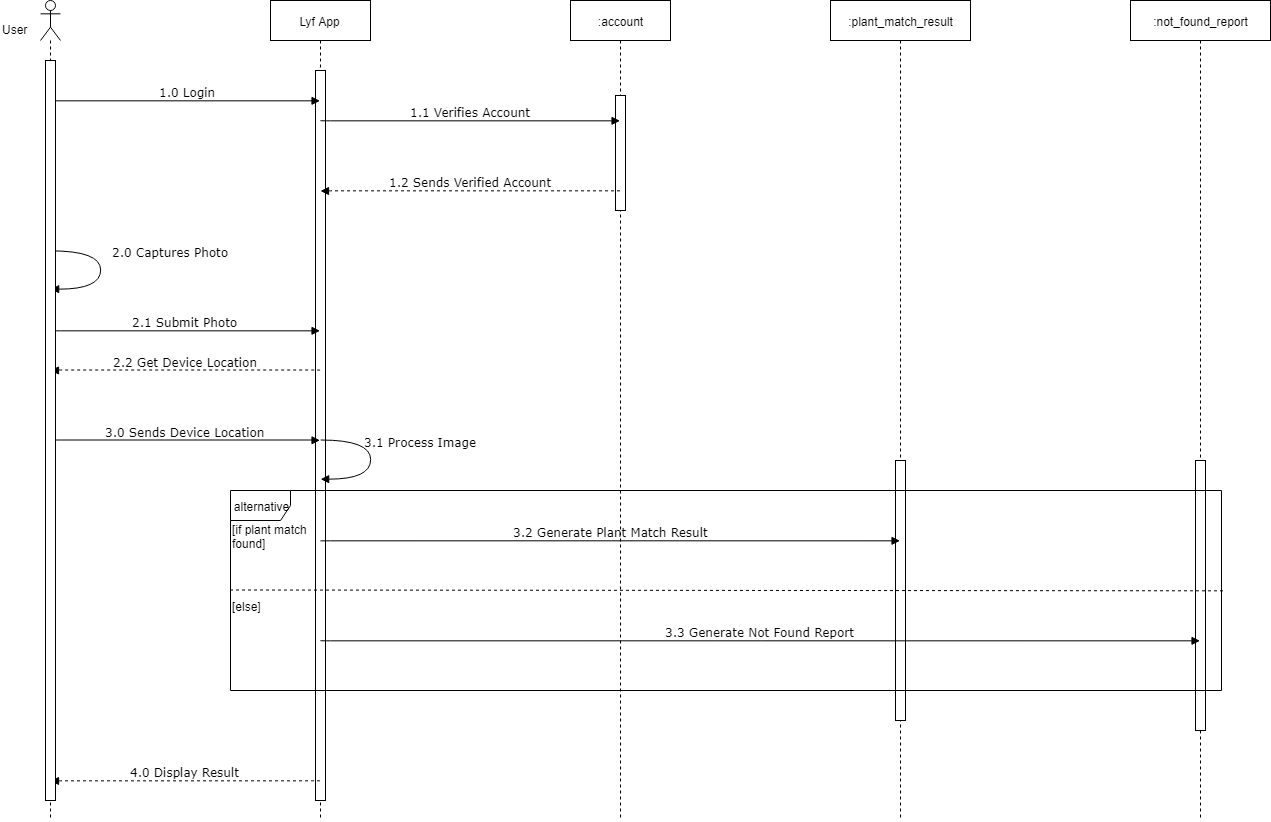
The draw.io diagram Documentations/Diagrams (Midterms)/7-Sequence Diagram/Process Image/Sequence Diagram - Process Image.png in seans888/project--lyf, before a commit. Source tidied: cells renumbered, new cells last; positions are measured from the earlier drawing's top-left corner, leaving out a move shared by most shapes. Source of this version:
```xml
<mxGraphModel>
  <root>
    <mxCell id="0" />
    <mxCell id="1" parent="0" />
    <mxCell id="2" value="Lyf App" style="shape=umlLifeline;perimeter=lifelinePerimeter;whiteSpace=wrap;html=1;outlineConnect=0;" parent="1" vertex="1">
      <mxGeometry x="270" width="100" height="820" as="geometry" />
    </mxCell>
    <mxCell id="3" style="html=1;perimeter=orthogonalPerimeter;" parent="2" vertex="1">
      <mxGeometry x="45" y="70" width="10" height="730" as="geometry" />
    </mxCell>
    <mxCell id="4" style="shape=umlLifeline;participant=umlActor;perimeter=lifelinePerimeter;whiteSpace=wrap;html=1;verticalAlign=top;spacingTop=36;labelBackgroundColor=#ffffff;outlineConnect=0;" parent="1" vertex="1">
      <mxGeometry x="40" width="20" height="820" as="geometry" />
    </mxCell>
    <mxCell id="5" value="User" style="text;html=1;align=left;verticalAlign=top;spacingTop=-4;" parent="1" vertex="1">
      <mxGeometry y="20" width="40" height="10" as="geometry" />
    </mxCell>
    <mxCell id="6" value=":plant_match_result" style="shape=umlLifeline;perimeter=lifelinePerimeter;whiteSpace=wrap;html=1;outlineConnect=0;" parent="1" vertex="1">
      <mxGeometry x="830" width="140" height="820" as="geometry" />
    </mxCell>
    <mxCell id="7" style="html=1;perimeter=orthogonalPerimeter;" parent="6" vertex="1">
      <mxGeometry x="65" y="460" width="10" height="260" as="geometry" />
    </mxCell>
    <mxCell id="8" value=":not_found_report" style="shape=umlLifeline;perimeter=lifelinePerimeter;whiteSpace=wrap;html=1;outlineConnect=0;" parent="1" vertex="1">
      <mxGeometry x="1130" width="140" height="820" as="geometry" />
    </mxCell>
    <mxCell id="9" style="html=1;perimeter=orthogonalPerimeter;" parent="8" vertex="1">
      <mxGeometry x="65" y="460" width="10" height="270" as="geometry" />
    </mxCell>
    <mxCell id="10" value="2.0 Captures Photo" style="html=1;verticalAlign=bottom;endArrow=block;labelBackgroundColor=none;fontFamily=Verdana;fontSize=12;elbow=vertical;edgeStyle=orthogonalEdgeStyle;curved=1;" parent="1" edge="1" source="4">
      <mxGeometry x="-0.27" y="-70" relative="1" as="geometry">
        <mxPoint x="50" y="289" as="targetPoint" />
        <Array as="points">
          <mxPoint x="100" y="250" />
          <mxPoint x="100" y="289" />
        </Array>
        <mxPoint x="140" y="9" as="offset" />
      </mxGeometry>
    </mxCell>
    <mxCell id="11" value="2.1 Submit Photo" style="html=1;verticalAlign=bottom;endArrow=block;labelBackgroundColor=none;fontFamily=Verdana;fontSize=12;edgeStyle=elbowEdgeStyle;elbow=vertical;" parent="1" edge="1" target="2">
      <mxGeometry relative="1" as="geometry">
        <mxPoint x="50" y="330" as="sourcePoint" />
      </mxGeometry>
    </mxCell>
    <mxCell id="12" value="2.2 Get Device Location&lt;br&gt;" style="html=1;verticalAlign=bottom;endArrow=block;labelBackgroundColor=none;fontFamily=Verdana;fontSize=12;edgeStyle=elbowEdgeStyle;elbow=vertical;dashed=1;" parent="1" edge="1">
      <mxGeometry relative="1" as="geometry">
        <mxPoint x="319.5" y="369.8" as="sourcePoint" />
        <mxPoint x="50" y="370" as="targetPoint" />
      </mxGeometry>
    </mxCell>
    <mxCell id="13" value="3.0 Sends Device Location" style="html=1;verticalAlign=bottom;endArrow=block;labelBackgroundColor=none;fontFamily=Verdana;fontSize=12;edgeStyle=elbowEdgeStyle;elbow=vertical;" parent="1" edge="1">
      <mxGeometry relative="1" as="geometry">
        <mxPoint x="50" y="440" as="sourcePoint" />
        <mxPoint x="319.5" y="439.8" as="targetPoint" />
      </mxGeometry>
    </mxCell>
    <mxCell id="14" value="3.1 Process Image" style="html=1;verticalAlign=bottom;endArrow=block;labelBackgroundColor=none;fontFamily=Verdana;fontSize=12;elbow=vertical;edgeStyle=orthogonalEdgeStyle;curved=1;" parent="1" edge="1">
      <mxGeometry x="-0.28" y="-51" relative="1" as="geometry">
        <mxPoint x="320" y="439.8" as="sourcePoint" />
        <mxPoint x="320.2" y="478.9" as="targetPoint" />
        <Array as="points">
          <mxPoint x="370" y="440" />
          <mxPoint x="370" y="479" />
        </Array>
        <mxPoint x="101" y="10" as="offset" />
      </mxGeometry>
    </mxCell>
    <mxCell id="15" value="alternative" style="shape=umlFrame;whiteSpace=wrap;html=1;" parent="1" vertex="1">
      <mxGeometry x="230" y="490" width="991" height="200" as="geometry" />
    </mxCell>
    <mxCell id="16" value="[if plant match&lt;br&gt;found]&lt;br&gt;" style="text;html=1;align=left;verticalAlign=top;spacingTop=-4;" parent="1" vertex="1">
      <mxGeometry x="229.5" y="520" width="90" height="30" as="geometry" />
    </mxCell>
    <mxCell id="17" value="[else]" style="text;html=1;align=left;verticalAlign=top;spacingTop=-4;" parent="1" vertex="1">
      <mxGeometry x="230" y="597" width="40" height="10" as="geometry" />
    </mxCell>
    <mxCell id="18" style="endArrow=none;dashed=1;html=1;entryX=1.004;entryY=0.503;entryDx=0;entryDy=0;entryPerimeter=0;" parent="1" edge="1" target="15">
      <mxGeometry relative="1" as="geometry">
        <mxPoint x="229.5" y="589.5" as="sourcePoint" />
      </mxGeometry>
    </mxCell>
    <mxCell id="19" value="3.2 Generate Plant Match Result" style="html=1;verticalAlign=bottom;endArrow=block;labelBackgroundColor=none;fontFamily=Verdana;fontSize=12;edgeStyle=elbowEdgeStyle;elbow=vertical;" parent="1" edge="1" target="6">
      <mxGeometry relative="1" as="geometry">
        <mxPoint x="320" y="540.5" as="sourcePoint" />
      </mxGeometry>
    </mxCell>
    <mxCell id="20" value="3.3 Generate Not Found Report" style="html=1;verticalAlign=bottom;endArrow=block;labelBackgroundColor=none;fontFamily=Verdana;fontSize=12;edgeStyle=elbowEdgeStyle;elbow=vertical;" parent="1" edge="1" target="8">
      <mxGeometry relative="1" as="geometry">
        <mxPoint x="320" y="640" as="sourcePoint" />
      </mxGeometry>
    </mxCell>
    <mxCell id="21" value="4.0 Display Result&lt;br&gt;" style="html=1;verticalAlign=bottom;endArrow=block;labelBackgroundColor=none;fontFamily=Verdana;fontSize=12;edgeStyle=elbowEdgeStyle;elbow=vertical;dashed=1;" parent="1" edge="1">
      <mxGeometry relative="1" as="geometry">
        <mxPoint x="319.5" y="780.3" as="sourcePoint" />
        <mxPoint x="50" y="780.5" as="targetPoint" />
      </mxGeometry>
    </mxCell>
    <mxCell id="22" value=":account" style="shape=umlLifeline;perimeter=lifelinePerimeter;whiteSpace=wrap;html=1;outlineConnect=0;" parent="1" vertex="1">
      <mxGeometry x="570" width="100" height="820" as="geometry" />
    </mxCell>
    <mxCell id="23" style="html=1;perimeter=orthogonalPerimeter;" parent="22" vertex="1">
      <mxGeometry x="45" y="95" width="10" height="115" as="geometry" />
    </mxCell>
    <mxCell id="24" value="1.0 Login" style="html=1;verticalAlign=bottom;endArrow=block;labelBackgroundColor=none;fontFamily=Verdana;fontSize=12;edgeStyle=elbowEdgeStyle;elbow=vertical;" parent="1" edge="1" source="27">
      <mxGeometry relative="1" as="geometry">
        <mxPoint x="319.5" y="100.3" as="targetPoint" />
      </mxGeometry>
    </mxCell>
    <mxCell id="25" value="1.1 Verifies Account" style="html=1;verticalAlign=bottom;endArrow=block;labelBackgroundColor=none;fontFamily=Verdana;fontSize=12;edgeStyle=elbowEdgeStyle;elbow=vertical;" parent="1" edge="1" target="22">
      <mxGeometry relative="1" as="geometry">
        <mxPoint x="320" y="120" as="sourcePoint" />
      </mxGeometry>
    </mxCell>
    <mxCell id="26" value="1.2 Sends Verified Account&lt;br&gt;" style="html=1;verticalAlign=bottom;endArrow=block;labelBackgroundColor=none;fontFamily=Verdana;fontSize=12;edgeStyle=elbowEdgeStyle;elbow=vertical;dashed=1;" parent="1" edge="1" source="22">
      <mxGeometry relative="1" as="geometry">
        <mxPoint x="320" y="190.5" as="targetPoint" />
      </mxGeometry>
    </mxCell>
    <mxCell id="27" style="html=1;points=[];perimeter=orthogonalPerimeter;" parent="1" vertex="1">
      <mxGeometry x="45" y="60" width="10" height="740" as="geometry" />
    </mxCell>
  </root>
</mxGraphModel>
```
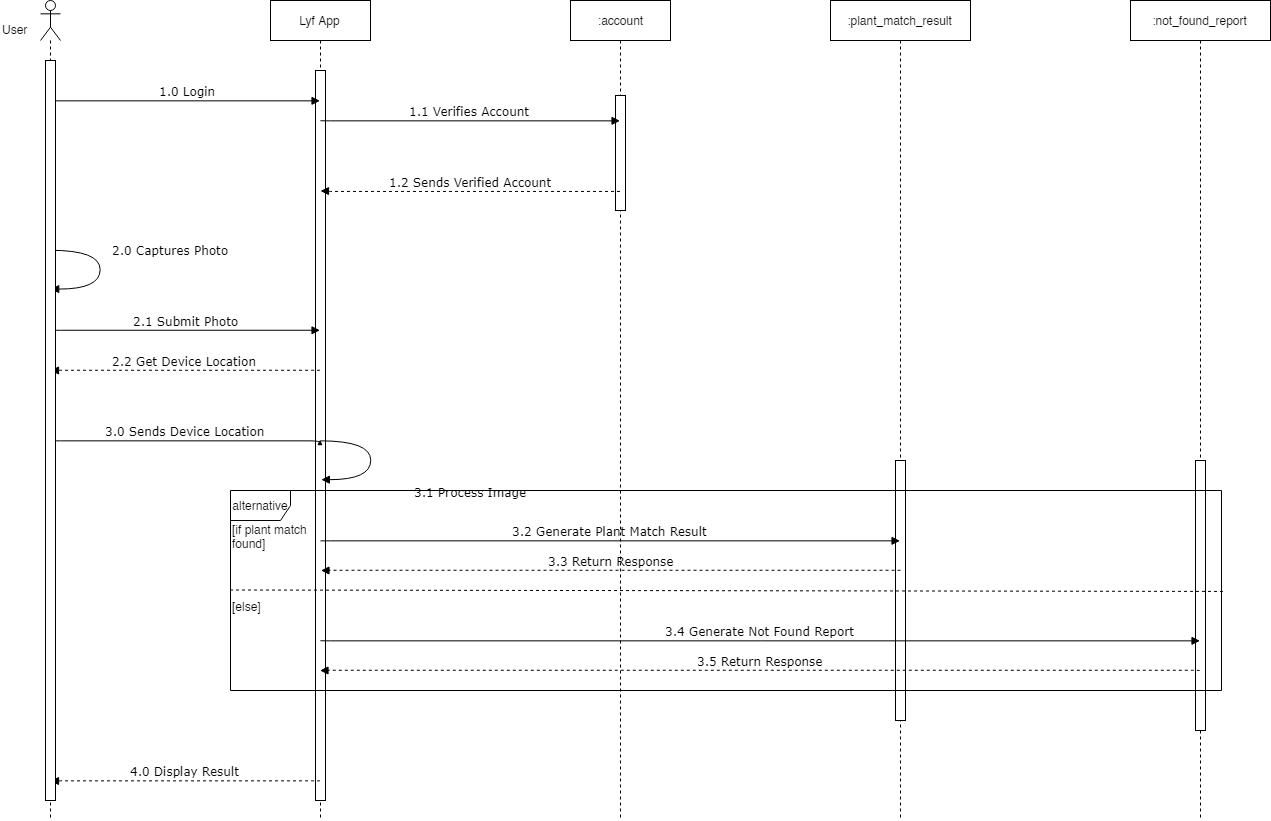
Later version of the same file.

What changed in the source:
```diff
@@ -83,7 +83,7 @@
         <mxPoint x="320" y="540.5" as="sourcePoint" />
       </mxGeometry>
     </mxCell>
-    <mxCell id="20" value="3.3 Generate Not Found Report" style="html=1;verticalAlign=bottom;endArrow=block;labelBackgroundColor=none;fontFamily=Verdana;fontSize=12;edgeStyle=elbowEdgeStyle;elbow=vertical;" parent="1" edge="1" target="8">
+    <mxCell id="20" value="3.4 Generate Not Found Report" style="html=1;verticalAlign=bottom;endArrow=block;labelBackgroundColor=none;fontFamily=Verdana;fontSize=12;edgeStyle=elbowEdgeStyle;elbow=vertical;" parent="1" edge="1" target="8">
       <mxGeometry relative="1" as="geometry">
         <mxPoint x="320" y="640" as="sourcePoint" />
       </mxGeometry>
@@ -118,5 +118,17 @@
     <mxCell id="27" style="html=1;points=[];perimeter=orthogonalPerimeter;" parent="1" vertex="1">
       <mxGeometry x="45" y="60" width="10" height="740" as="geometry" />
     </mxCell>
+    <mxCell id="28" value="3.3 Return Response" style="html=1;verticalAlign=bottom;endArrow=block;labelBackgroundColor=none;fontFamily=Verdana;fontSize=12;edgeStyle=elbowEdgeStyle;elbow=vertical;dashed=1;" parent="1" edge="1">
+      <mxGeometry relative="1" as="geometry">
+        <mxPoint x="900" y="569.9" as="sourcePoint" />
+        <mxPoint x="320.5" y="570" as="targetPoint" />
+      </mxGeometry>
+    </mxCell>
+    <mxCell id="29" value="3.5 Return Response" style="html=1;verticalAlign=bottom;endArrow=block;labelBackgroundColor=none;fontFamily=Verdana;fontSize=12;edgeStyle=elbowEdgeStyle;elbow=vertical;dashed=1;" parent="1" edge="1">
+      <mxGeometry relative="1" as="geometry">
+        <mxPoint x="1199" y="670.4" as="sourcePoint" />
+        <mxPoint x="319.5" y="670" as="targetPoint" />
+      </mxGeometry>
+    </mxCell>
   </root>
 </mxGraphModel>
```
